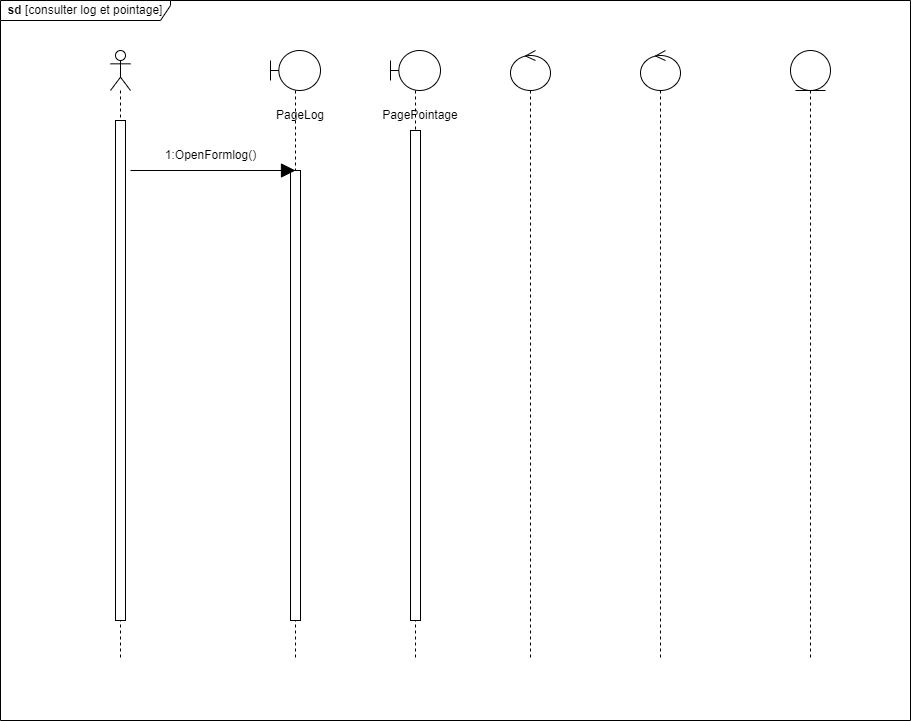
Before: static/Diagramme des séquences conceptuel  log et pointage .drawio.png, a diagram exported from draw.io (Siluearsene/borne_biometrique). Source tidied: cells renumbered, new cells last; positions are measured from the earlier drawing's top-left corner, leaving out a move shared by most shapes.
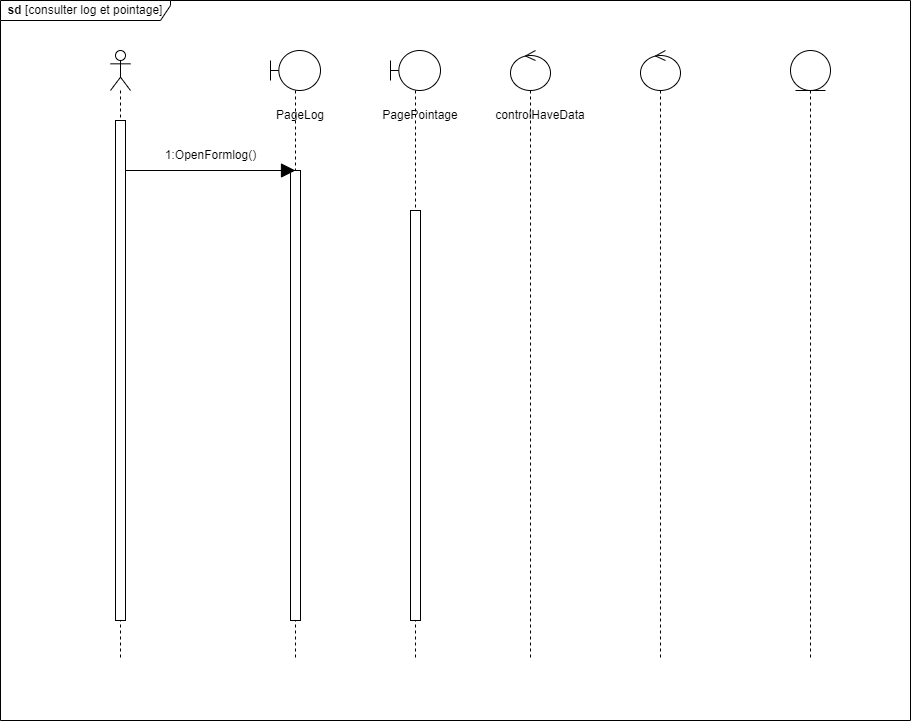
Above is the later version.

Commit message:
Mettre à jour Diagramme des séquences conceptuel  log et pointage .drawio.png

What changed in the source:
```diff
@@ -23,9 +23,8 @@
     <mxCell id="8" style="shape=umlLifeline;perimeter=lifelinePerimeter;whiteSpace=wrap;html=1;newEdgeStyle={&quot;edgeStyle&quot;:&quot;elbowEdgeStyle&quot;,&quot;elbow&quot;:&quot;vertical&quot;,&quot;curved&quot;:0,&quot;rounded&quot;:0};participant=umlControl;" parent="1" vertex="1">
       <mxGeometry x="640" y="50" width="40" height="610" as="geometry" />
     </mxCell>
-    <mxCell id="9" style="endArrow=block;endFill=1;endSize=12;html=1;rounded=0;" parent="1" edge="1">
+    <mxCell id="9" style="endArrow=block;endFill=1;endSize=12;html=1;rounded=0;" parent="1" edge="1" source="6">
       <mxGeometry relative="1" as="geometry">
-        <mxPoint x="130" y="170" as="sourcePoint" />
         <mxPoint x="295" y="170" as="targetPoint" />
       </mxGeometry>
     </mxCell>
@@ -42,10 +41,13 @@
       <mxGeometry x="390" y="50" width="50" height="610" as="geometry" />
     </mxCell>
     <mxCell id="14" style="html=1;perimeter=orthogonalPerimeter;targetShapes=umlLifeline;newEdgeStyle={&quot;edgeStyle&quot;:&quot;elbowEdgeStyle&quot;,&quot;elbow&quot;:&quot;vertical&quot;,&quot;curved&quot;:0,&quot;rounded&quot;:0};" parent="13" vertex="1">
-      <mxGeometry x="20" y="80" width="10" height="490" as="geometry" />
+      <mxGeometry x="20" y="160" width="10" height="410" as="geometry" />
     </mxCell>
     <mxCell id="15" value="PagePointage" style="text;html=1;strokeColor=none;fillColor=none;align=center;verticalAlign=middle;whiteSpace=wrap;rounded=0;" parent="1" vertex="1">
       <mxGeometry x="390" y="100" width="60" height="30" as="geometry" />
     </mxCell>
+    <mxCell id="16" value="controlHaveData" style="text;html=1;strokeColor=none;fillColor=none;align=center;verticalAlign=middle;whiteSpace=wrap;rounded=0;" parent="1" vertex="1">
+      <mxGeometry x="510" y="100" width="60" height="30" as="geometry" />
+    </mxCell>
   </root>
 </mxGraphModel>
```
